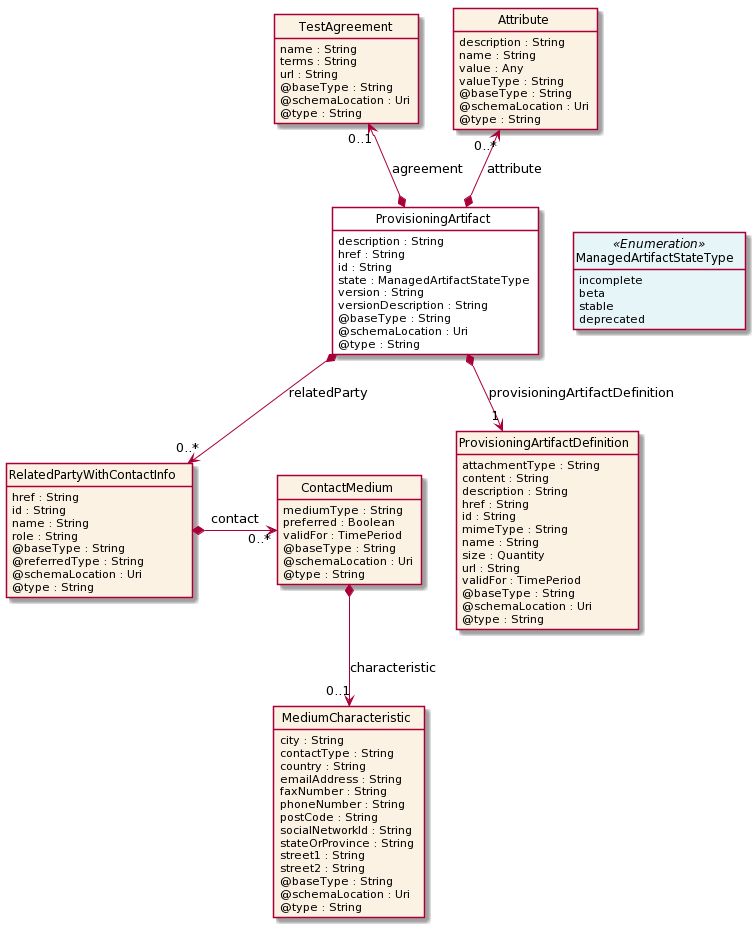
Before: apis/TMF705_Test_Environment/documentation/diagrams/Resource_ProvisioningArtifact.png, a diagram exported from PlantUML (tmforum-apis/Open_Api_And_Data_Model). Its diagram source:
```plantuml
@startuml
hide circle
hide methods
hide stereotype
show <<Enumeration>> stereotype
skinparam class {
   BackgroundColor<<Enumeration>> #E6F5F7
   BackgroundColor<<Ref>> #FFFFE0
   BackgroundColor<<Pivot>> #FFFFFFF
   BackgroundColor #FCF2E3
}

class ProvisioningArtifact  <<Pivot>> {
    description : String
    href : String
    id : String
    state : ManagedArtifactStateType
    version : String
    versionDescription : String
    @baseType : String
    @schemaLocation : Uri
    @type : String
}

class ManagedArtifactStateType <<Enumeration>> {
    incomplete
    beta
    stable
    deprecated
}

class TestAgreement  {
    name : String
    terms : String
    url : String
    @baseType : String
    @schemaLocation : Uri
    @type : String
}

class RelatedPartyWithContactInfo  {
    href : String
    id : String
    name : String
    role : String
    @baseType : String
    @referredType : String
    @schemaLocation : Uri
    @type : String
}

class ContactMedium  {
    mediumType : String
    preferred : Boolean
    validFor : TimePeriod
    @baseType : String
    @schemaLocation : Uri
    @type : String
}

class MediumCharacteristic  {
    city : String
    contactType : String
    country : String
    emailAddress : String
    faxNumber : String
    phoneNumber : String
    postCode : String
    socialNetworkId : String
    stateOrProvince : String
    street1 : String
    street2 : String
    @baseType : String
    @schemaLocation : Uri
    @type : String
}

class ProvisioningArtifactDefinition  {
    attachmentType : String
    content : String
    description : String
    href : String
    id : String
    mimeType : String
    name : String
    size : Quantity
    url : String
    validFor : TimePeriod
    @baseType : String
    @schemaLocation : Uri
    @type : String
}

class Attribute  {
    description : String
    name : String
    value : Any
    valueType : String
    @baseType : String
    @schemaLocation : Uri
    @type : String
}

ProvisioningArtifact -right[hidden]-> ManagedArtifactStateType

Attribute "0..*" <--* ProvisioningArtifact : attribute

TestAgreement "0..1" <--* ProvisioningArtifact : agreement

ProvisioningArtifact *-->  "1" ProvisioningArtifactDefinition : provisioningArtifactDefinition

ProvisioningArtifact *-->  "0..*" RelatedPartyWithContactInfo : relatedParty

RelatedPartyWithContactInfo *-right-> "0..*" ContactMedium : contact

ContactMedium *-->  "0..1" MediumCharacteristic : characteristic

@enduml
```
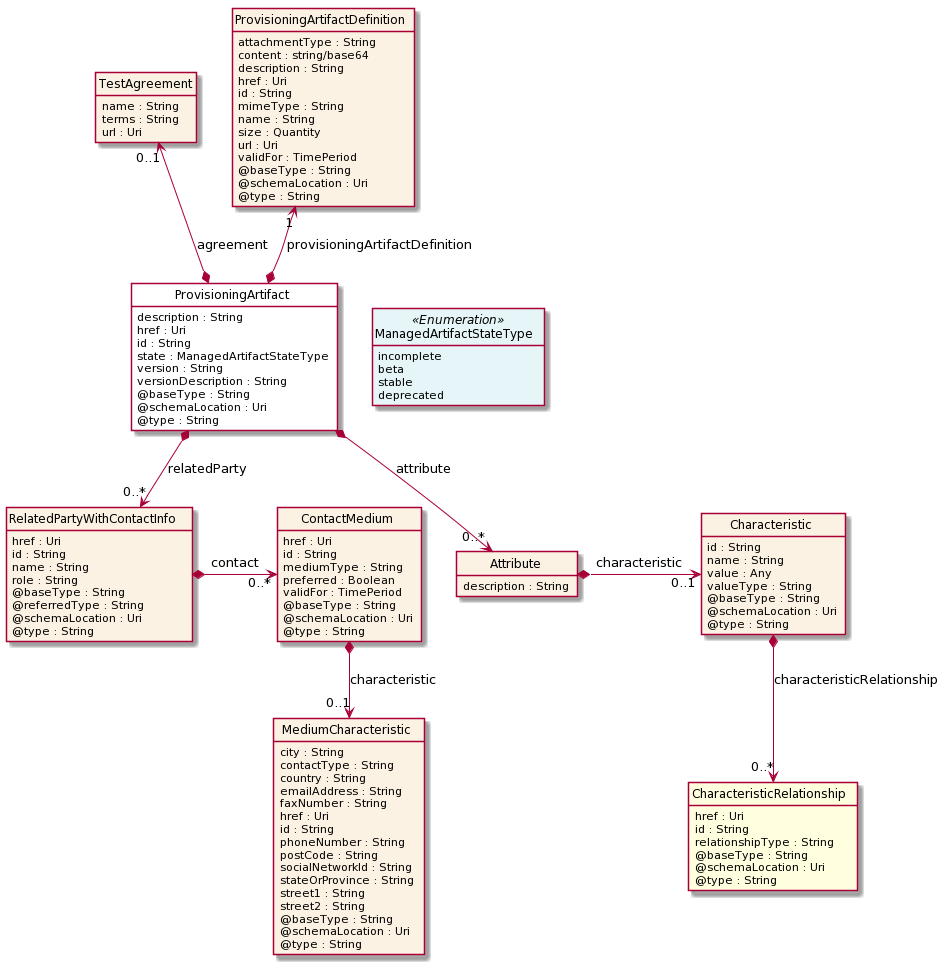
After the change.

Diff of the diagram source:
```diff
@@ -12,7 +12,7 @@
 
 class ProvisioningArtifact  <<Pivot>> {
     description : String
-    href : String
+    href : Uri
     id : String
     state : ManagedArtifactStateType
     version : String
@@ -32,14 +32,11 @@
 class TestAgreement  {
     name : String
     terms : String
-    url : String
-    @baseType : String
-    @schemaLocation : Uri
-    @type : String
+    url : Uri
 }
 
 class RelatedPartyWithContactInfo  {
-    href : String
+    href : Uri
     id : String
     name : String
     role : String
@@ -50,6 +47,8 @@
 }
 
 class ContactMedium  {
+    href : Uri
+    id : String
     mediumType : String
     preferred : Boolean
     validFor : TimePeriod
@@ -64,6 +63,8 @@
     country : String
     emailAddress : String
     faxNumber : String
+    href : Uri
+    id : String
     phoneNumber : String
     postCode : String
     socialNetworkId : String
@@ -77,14 +78,14 @@
 
 class ProvisioningArtifactDefinition  {
     attachmentType : String
-    content : String
+    content : string/base64
     description : String
-    href : String
+    href : Uri
     id : String
     mimeType : String
     name : String
     size : Quantity
-    url : String
+    url : Uri
     validFor : TimePeriod
     @baseType : String
     @schemaLocation : Uri
@@ -93,6 +94,10 @@
 
 class Attribute  {
     description : String
+}
+
+class Characteristic  {
+    id : String
     name : String
     value : Any
     valueType : String
@@ -101,13 +106,22 @@
     @type : String
 }
 
+class CharacteristicRelationship  <<Ref>> {
+    href : Uri
+    id : String
+    relationshipType : String
+    @baseType : String
+    @schemaLocation : Uri
+    @type : String
+}
+
 ProvisioningArtifact -right[hidden]-> ManagedArtifactStateType
-
-Attribute "0..*" <--* ProvisioningArtifact : attribute
 
 TestAgreement "0..1" <--* ProvisioningArtifact : agreement
 
-ProvisioningArtifact *-->  "1" ProvisioningArtifactDefinition : provisioningArtifactDefinition
+ProvisioningArtifactDefinition "1" <--* ProvisioningArtifact : provisioningArtifactDefinition
+
+ProvisioningArtifact *-->  "0..*" Attribute : attribute
 
 ProvisioningArtifact *-->  "0..*" RelatedPartyWithContactInfo : relatedParty
 
@@ -115,4 +129,8 @@
 
 ContactMedium *-->  "0..1" MediumCharacteristic : characteristic
 
+Attribute *-right-> "0..1" Characteristic : characteristic
+
+Characteristic *-->  "0..*" CharacteristicRelationship : characteristicRelationship
+
 @enduml
```
